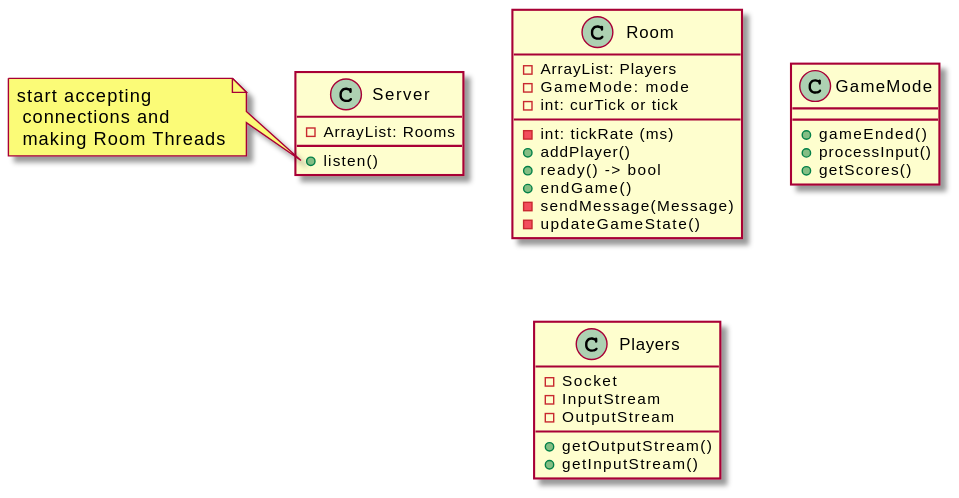
Above: Flowcharts/Rendered/ServerClasses.svg in yashdwivedi/mavenproject1 (PlantUML), before the change.
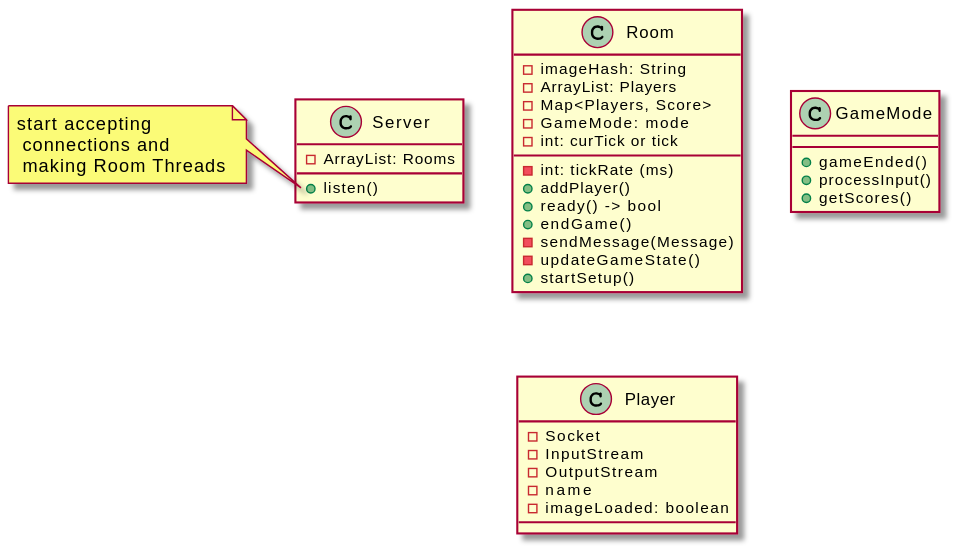
The same diagram one commit later.

Change to the diagram source:
```diff
@@ -4,15 +4,19 @@
     + listen()
 }
 class Room {
+    - imageHash: String
     - ArrayList: Players
+    - Map<Players, Score>
     - GameMode: mode
     - int: tickRate (ms)
     - int: curTick or tick
+
     + addPlayer()
     + ready() -> bool
     + endGame()
     - sendMessage(Message)
     - updateGameState()
+    + startSetup()
 
 }
 class GameMode{
@@ -20,12 +24,12 @@
     + processInput()
     + getScores()
 }
-class Players{
+class Player{
     - Socket
     - InputStream
     - OutputStream
-    + getOutputStream()
-    + getInputStream()
+    - name
+    - imageLoaded: boolean
 }
 note left of Server::listen()
  start accepting
```
